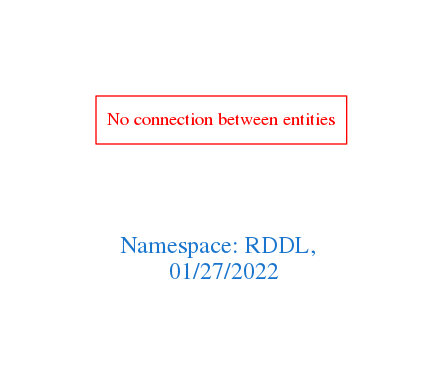
This is downloads/RDDL.png from arago/OGIT, a Graphviz export, as it was before one commit. Its source is kept beside it as downloads/RDDL.dot.
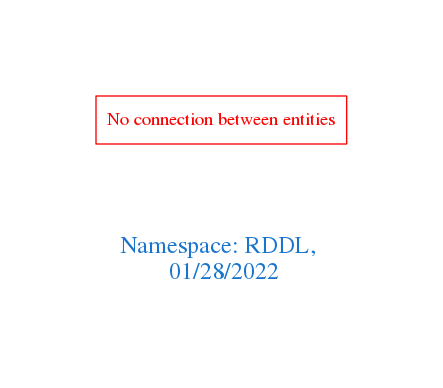
The same file after the commit.

What changed in the source:
```diff
@@ -1,7 +1,7 @@
 digraph OGIT_ontology {
  graph [ rankdir= LR,pad=1
 fontsize = 18,
-fontcolor= dodgerblue3,label = "\n\n\nNamespace: RDDL, \n 01/27/2022"];
+fontcolor= dodgerblue3,label = "\n\n\nNamespace: RDDL, \n 01/28/2022"];
 node[shape=polygon];
 edge [  color="gray81"];
 
```
